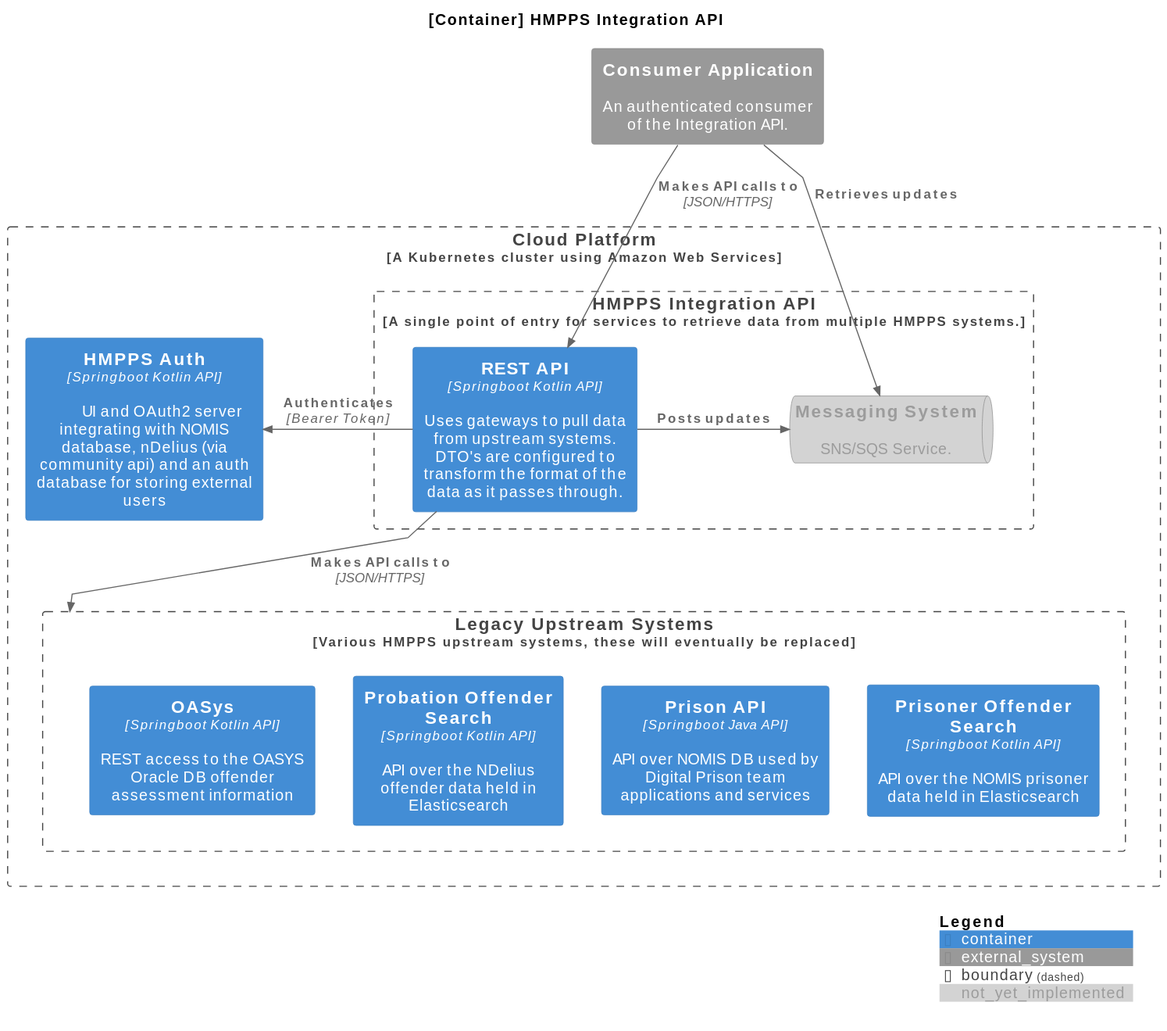
The PlantUML diagram docs/diagrams/container.svg in ministryofjustice/hmpps-integration-api, before a commit.
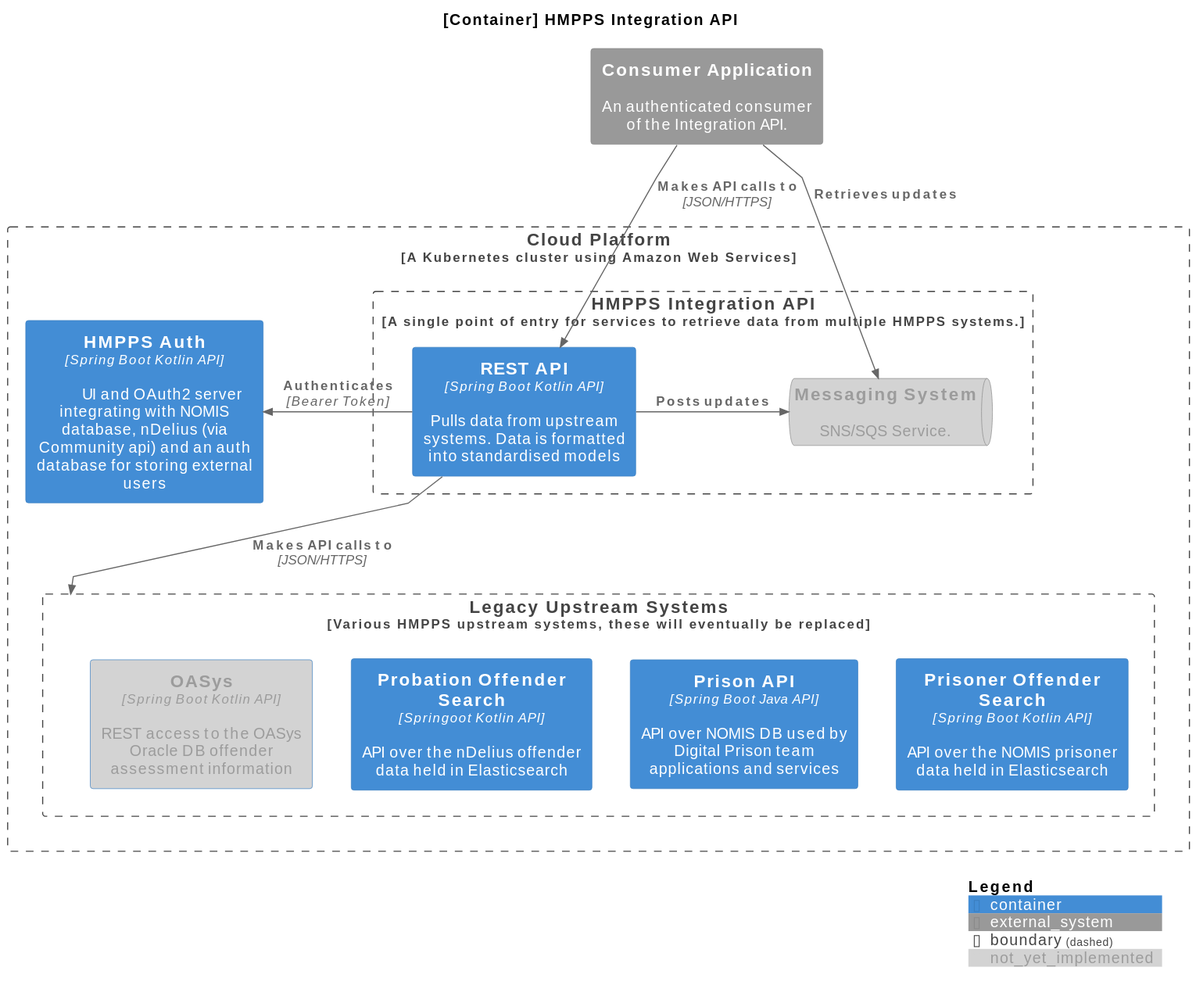
The same file after the commit.

Commit message:
Exported .PUML PlantUML diagrams to .SVG

The edit, as a diff of the source:
```diff
@@ -11,28 +11,26 @@
 
 Boundary(aws_cloudplatform, "Cloud Platform", "A Kubernetes cluster using Amazon Web Services", $link="https://user-guide.cloud-platform.service.justice.gov.uk/documentation/concepts/cp-tech-overview.html") {
     Boundary(hmpps_integration_api, "HMPPS Integration API", "A single point of entry for services to retrieve data from multiple HMPPS systems."){
-        Container(springboot_api, "REST API", "Springboot Kotlin API", "Uses gateways to pull data from upstream systems. DTO's are configured to transform the format of the data as it passes through.", $link="https://github.com/ministryofjustice/hmpps-integration-api")
-            SystemQueue_Ext(messaging, "Messaging System", "SNS/SQS Service.",$tags="not_yet_implemented")
+        Container(spring_boot_api, "REST API", "Spring Boot Kotlin API", "Pulls data from upstream systems. Data is formatted into standardised models", $link="https://github.com/ministryofjustice/hmpps-integration-api")
+        SystemQueue_Ext(messaging, "Messaging System", "SNS/SQS Service.",$tags="not_yet_implemented")
     }
 
-    Container(hmpps_auth, "HMPPS Auth", "Springboot Kotlin API", "	UI and OAuth2 server integrating with NOMIS database, nDelius (via community api) and an auth database for storing external users", $link="https://github.com/ministryofjustice/hmpps-auth")
+    Container(hmpps_auth, "HMPPS Auth", "Spring Boot Kotlin API", "	UI and OAuth2 server integrating with NOMIS database, nDelius (via Community api) and an auth database for storing external users", $link="https://github.com/ministryofjustice/hmpps-auth")
 
     Boundary(upstream, "Legacy Upstream Systems", "Various HMPPS upstream systems, these will eventually be replaced"){
-        Container(prison_api, "Prison API", "Springboot Java API", "API over NOMIS DB used by Digital Prison team applications and services", $link="https://github.com/ministryofjustice/prison-api")
-        Container(probation_offender_search, "Probation Offender Search", "Springboot Kotlin API", "API over the NDelius offender data held in Elasticsearch", $link="https://probation-offender-search-dev.hmpps.service.justice.gov.uk/swagger-ui/index.html")
-        Container(prison_offender_search, "Prisoner Offender Search", "Springboot Kotlin API", "API over the NOMIS prisoner data held in Elasticsearch", $link="https://github.com/ministryofjustice/prisoner-offender-search")
-        Container(oasys, "OASys", "Springboot Kotlin API", "REST access to the OASYS Oracle DB offender assessment information", $link="https://github.com/ministryofjustice/offender-assessments-api-kotlin", $tags="not_yet_implemented")
+        Container(prison_api, "Prison API", "Spring Boot Java API", "API over NOMIS DB used by Digital Prison team applications and services", $link="https://github.com/ministryofjustice/prison-api")
+        Container(probation_offender_search, "Probation Offender Search", "Springoot Kotlin API", "API over the nDelius offender data held in Elasticsearch", $link="https://probation-offender-search-dev.hmpps.service.justice.gov.uk/swagger-ui/index.html")
+        Container(prison_offender_search, "Prisoner Offender Search", "Spring Boot Kotlin API", "API over the NOMIS prisoner data held in Elasticsearch", $link="https://github.com/ministryofjustice/prisoner-offender-search")
+        Container(oasys, "OASys", "Spring Boot Kotlin API", "REST access to the OASys Oracle DB offender assessment information", $link="https://github.com/ministryofjustice/offender-assessments-api-kotlin", $tags="not_yet_implemented")
         Lay_L(prison_offender_search, prison_api)
     }
-
-    Container(oasys, "OASys", "Springboot Kotlin API", "REST access to the OASYS Oracle DB offender assessment information")
 }
 
-Rel(consumer, springboot_api, "Makes API calls to", "JSON/HTTPS")
+Rel(consumer, spring_boot_api, "Makes API calls to", "JSON/HTTPS")
 Rel(consumer, messaging, "Retrieves updates")
-Rel_Right(springboot_api, messaging, "Posts updates")
-Rel_Right(springboot_api, hmpps_auth, "Authenticates", "Bearer Token")
-Rel_Down(springboot_api, upstream, "Makes API calls to", "JSON/HTTPS")
+Rel_Right(spring_boot_api, messaging, "Posts updates")
+Rel_Right(spring_boot_api, hmpps_auth, "Authenticates", "Bearer Token")
+Rel_Down(spring_boot_api, upstream, "Makes API calls to", "JSON/HTTPS")
 
 SHOW_DYNAMIC_LEGEND()
 @enduml
```
